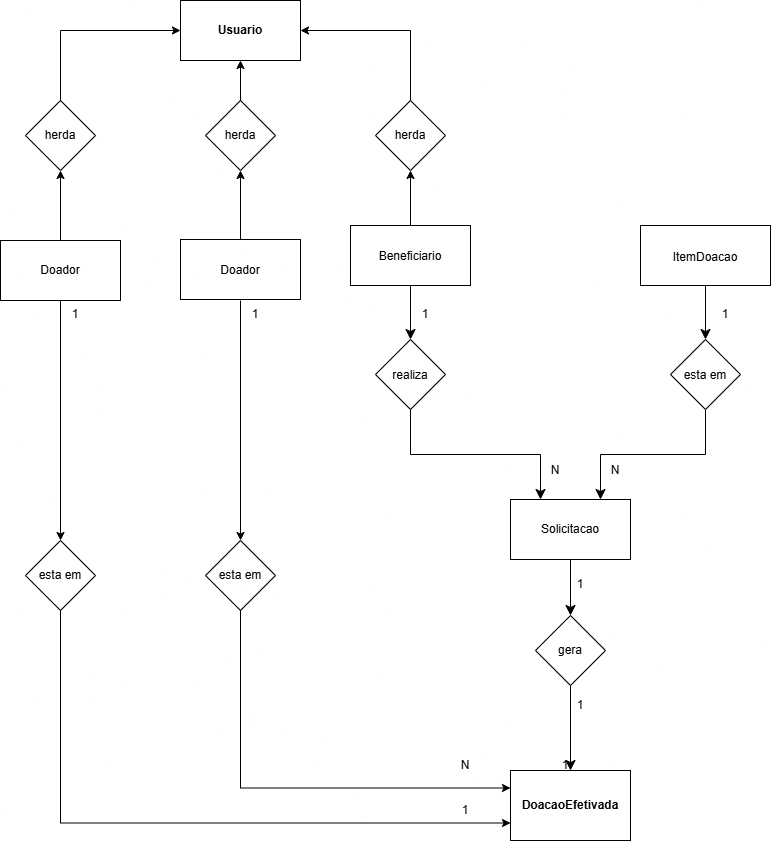
The draw.io diagram docs/modelagem_das_classes-Página-2.drawio.png in ViniciusAlmeidaAndrade/Rede-de-Doacao-e-Reaproveitamento, before a commit. Source tidied: cells renumbered, new cells last; positions are measured from the earlier drawing's top-left corner, leaving out a move shared by most shapes.
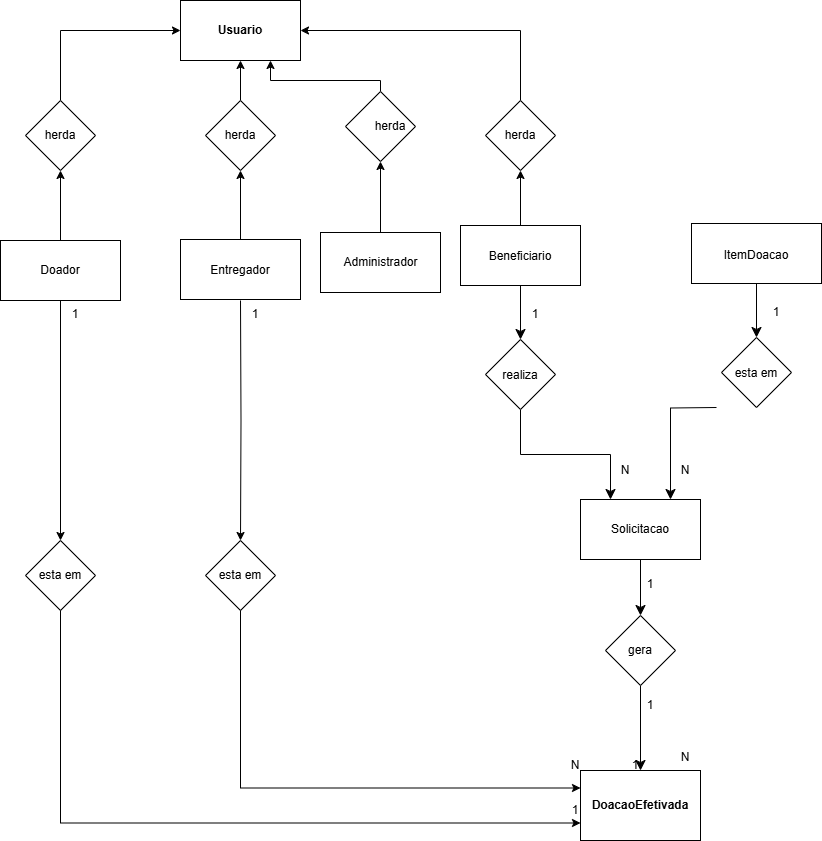
The same file after the commit.

Commit message:
docs: atualizar diagramas e modelagens

Diff of the diagram source:
```diff
@@ -9,13 +9,13 @@
       <mxGeometry relative="1" as="geometry" />
     </mxCell>
     <mxCell id="4" value="1" style="text;html=1;whiteSpace=wrap;strokeColor=none;fillColor=none;align=center;verticalAlign=middle;rounded=0;rotation=0;" parent="1" vertex="1">
-      <mxGeometry x="575" y="690" width="10" height="30" as="geometry" />
+      <mxGeometry x="645" y="690" width="10" height="30" as="geometry" />
     </mxCell>
     <mxCell id="5" value="1" style="text;html=1;whiteSpace=wrap;strokeColor=none;fillColor=none;align=center;verticalAlign=middle;rounded=0;" parent="1" vertex="1">
-      <mxGeometry x="575" y="569" width="10" height="30" as="geometry" />
+      <mxGeometry x="645" y="569" width="10" height="30" as="geometry" />
     </mxCell>
     <mxCell id="6" style="group;" parent="1" vertex="1">
-      <mxGeometry x="510" y="770" width="120" height="70" as="geometry" />
+      <mxGeometry x="580" y="770" width="120" height="70" as="geometry" />
     </mxCell>
     <mxCell id="7" style="rounded=0;whiteSpace=wrap;html=1;" parent="6" vertex="1">
       <mxGeometry width="120" height="70" as="geometry" />
@@ -24,7 +24,7 @@
       <mxGeometry x="30" y="17.5" width="60" height="35" as="geometry" />
     </mxCell>
     <mxCell id="9" style="group;" parent="1" vertex="1">
-      <mxGeometry x="510" y="499" width="120" height="60" as="geometry" />
+      <mxGeometry x="580" y="499" width="120" height="60" as="geometry" />
     </mxCell>
     <mxCell id="10" style="rounded=0;whiteSpace=wrap;html=1;" parent="9" vertex="1">
       <mxGeometry width="120" height="60" as="geometry" />
@@ -33,7 +33,7 @@
       <mxGeometry x="30" y="15" width="60" height="30" as="geometry" />
     </mxCell>
     <mxCell id="12" style="group;" parent="1" vertex="1">
-      <mxGeometry x="640" y="225" width="130" height="60" as="geometry" />
+      <mxGeometry x="691" y="223" width="130" height="60" as="geometry" />
     </mxCell>
     <mxCell id="13" style="rounded=0;whiteSpace=wrap;html=1;" parent="12" vertex="1">
       <mxGeometry width="130" height="60" as="geometry" />
@@ -51,7 +51,7 @@
       <mxGeometry x="30" y="15" width="60" height="30" as="geometry" />
     </mxCell>
     <mxCell id="18" style="group;" parent="1" vertex="1">
-      <mxGeometry x="350" y="225" width="120" height="60" as="geometry" />
+      <mxGeometry x="460" y="225" width="120" height="60" as="geometry" />
     </mxCell>
     <mxCell id="19" style="rounded=0;whiteSpace=wrap;html=1;" parent="18" vertex="1">
       <mxGeometry width="120" height="60" as="geometry" />
@@ -68,31 +68,33 @@
     <mxCell id="23" value="&lt;b&gt;Usuario&lt;/b&gt;" style="text;html=1;whiteSpace=wrap;strokeColor=none;fillColor=none;align=center;verticalAlign=middle;rounded=0;" parent="21" vertex="1">
       <mxGeometry x="30" y="15" width="60" height="30" as="geometry" />
     </mxCell>
-    <mxCell id="24" style="edgeStyle=orthogonalEdgeStyle;rounded=0;jettySize=auto;html=1;fontSize=12;startSize=8;endSize=8;exitX=0.5;exitY=1;exitDx=0;exitDy=0;entryX=0.75;entryY=0;entryDx=0;entryDy=0;" parent="1" edge="1" source="41" target="10">
-      <mxGeometry relative="1" as="geometry" />
+    <mxCell id="24" style="edgeStyle=orthogonalEdgeStyle;rounded=0;jettySize=auto;html=1;fontSize=12;startSize=8;endSize=8;exitX=0.5;exitY=1;exitDx=0;exitDy=0;entryX=0.75;entryY=0;entryDx=0;entryDy=0;" parent="1" edge="1" target="10">
+      <mxGeometry relative="1" as="geometry">
+        <mxPoint x="716" y="407" as="sourcePoint" />
+      </mxGeometry>
     </mxCell>
     <mxCell id="25" style="edgeStyle=orthogonalEdgeStyle;rounded=0;jettySize=auto;html=1;fontSize=12;startSize=8;endSize=8;exitX=0.5;exitY=1;exitDx=0;exitDy=0;entryX=0.25;entryY=0;entryDx=0;entryDy=0;" parent="1" edge="1" source="39" target="10">
       <mxGeometry relative="1" as="geometry" />
     </mxCell>
     <mxCell id="26" value="N" style="text;html=1;whiteSpace=wrap;strokeColor=none;fillColor=none;align=center;verticalAlign=middle;rounded=0;" parent="1" vertex="1">
-      <mxGeometry x="610" y="455" width="10" height="30" as="geometry" />
+      <mxGeometry x="680" y="455" width="10" height="30" as="geometry" />
     </mxCell>
     <mxCell id="27" value="N" style="text;html=1;whiteSpace=wrap;strokeColor=none;fillColor=none;align=center;verticalAlign=middle;rounded=0;" parent="1" vertex="1">
-      <mxGeometry x="550" y="455" width="10" height="30" as="geometry" />
+      <mxGeometry x="620" y="455" width="10" height="30" as="geometry" />
     </mxCell>
     <mxCell id="28" value="1" style="text;html=1;whiteSpace=wrap;strokeColor=none;fillColor=none;align=center;verticalAlign=middle;rounded=0;" parent="1" vertex="1">
-      <mxGeometry x="420" y="299" width="10" height="30" as="geometry" />
+      <mxGeometry x="530" y="299" width="10" height="30" as="geometry" />
     </mxCell>
     <mxCell id="29" value="1" style="text;html=1;whiteSpace=wrap;strokeColor=none;fillColor=none;align=center;verticalAlign=middle;rounded=0;" parent="1" vertex="1">
-      <mxGeometry x="720" y="299" width="10" height="30" as="geometry" />
+      <mxGeometry x="771" y="297" width="10" height="30" as="geometry" />
     </mxCell>
     <mxCell id="30" style="edgeStyle=none;curved=1;rounded=0;jettySize=auto;html=1;fontSize=12;startSize=8;endSize=8;entryX=0.5;entryY=0;entryDx=0;entryDy=0;exitX=0.5;exitY=1;exitDx=0;exitDy=0;" parent="1" edge="1" source="10" target="31">
       <mxGeometry relative="1" as="geometry" />
     </mxCell>
     <mxCell id="31" style="rhombus;whiteSpace=wrap;html=1;" parent="1" vertex="1">
-      <mxGeometry x="535" y="615" width="70" height="70" as="geometry" />
+      <mxGeometry x="605" y="615" width="70" height="70" as="geometry" />
     </mxCell>
-    <mxCell id="32" style="edgeStyle=orthogonalEdgeStyle;rounded=0;jettySize=auto;html=1;exitX=0.5;exitY=0;exitDx=0;exitDy=0;entryX=0;entryY=0.5;entryDx=0;entryDy=0;" parent="1" edge="1" source="35" target="22">
+    <mxCell id="32" style="edgeStyle=orthogonalEdgeStyle;rounded=0;jettySize=auto;html=1;exitX=0.5;exitY=0;exitDx=0;exitDy=0;entryX=0;entryY=0.5;entryDx=0;entryDy=0;labelBackgroundColor=none;" parent="1" edge="1" source="35" target="22">
       <mxGeometry relative="1" as="geometry" />
     </mxCell>
     <mxCell id="33" style="edgeStyle=orthogonalEdgeStyle;rounded=0;jettySize=auto;html=1;exitX=0.5;exitY=0;exitDx=0;exitDy=0;entryX=1;entryY=0.5;entryDx=0;entryDy=0;" parent="1" edge="1" source="37" target="22">
@@ -108,19 +110,19 @@
       <mxGeometry relative="1" as="geometry" />
     </mxCell>
     <mxCell id="37" style="rhombus;whiteSpace=wrap;html=1;" parent="1" vertex="1">
-      <mxGeometry x="375" y="100" width="70" height="70" as="geometry" />
+      <mxGeometry x="485" y="100" width="70" height="70" as="geometry" />
     </mxCell>
     <mxCell id="38" style="edgeStyle=orthogonalEdgeStyle;rounded=0;jettySize=auto;html=1;fontSize=12;startSize=8;endSize=8;exitX=0.5;exitY=1;exitDx=0;exitDy=0;entryX=0.5;entryY=0;entryDx=0;entryDy=0;" parent="1" edge="1" source="19" target="39">
       <mxGeometry relative="1" as="geometry" />
     </mxCell>
     <mxCell id="39" style="rhombus;whiteSpace=wrap;html=1;" parent="1" vertex="1">
-      <mxGeometry x="375" y="339" width="70" height="70" as="geometry" />
+      <mxGeometry x="485" y="339" width="70" height="70" as="geometry" />
     </mxCell>
     <mxCell id="40" style="edgeStyle=orthogonalEdgeStyle;rounded=0;jettySize=auto;html=1;fontSize=12;startSize=8;endSize=8;exitX=0.5;exitY=1;exitDx=0;exitDy=0;entryX=0.5;entryY=0;entryDx=0;entryDy=0;" parent="1" edge="1" source="13" target="41">
       <mxGeometry relative="1" as="geometry" />
     </mxCell>
     <mxCell id="41" style="rhombus;whiteSpace=wrap;html=1;" parent="1" vertex="1">
-      <mxGeometry x="670" y="339" width="70" height="70" as="geometry" />
+      <mxGeometry x="721" y="337" width="70" height="70" as="geometry" />
     </mxCell>
     <mxCell id="42" style="edgeStyle=orthogonalEdgeStyle;rounded=0;jettySize=auto;html=1;exitX=0.5;exitY=1;exitDx=0;exitDy=0;entryX=0.5;entryY=0;entryDx=0;entryDy=0;" parent="1" edge="1" source="16" target="44">
       <mxGeometry relative="1" as="geometry" />
@@ -141,24 +143,24 @@
       <mxGeometry x="70" y="299" width="10" height="30" as="geometry" />
     </mxCell>
     <mxCell id="48" value="1" style="text;html=1;whiteSpace=wrap;strokeColor=none;fillColor=none;align=center;verticalAlign=middle;rounded=0;" parent="1" vertex="1">
-      <mxGeometry x="460" y="800" width="10" height="20" as="geometry" />
+      <mxGeometry x="570" y="800" width="10" height="20" as="geometry" />
     </mxCell>
     <mxCell id="49" value="herda" style="text;html=1;whiteSpace=wrap;strokeColor=none;fillColor=none;align=center;verticalAlign=middle;rounded=0;" parent="1" vertex="1">
-      <mxGeometry x="380" y="120" width="60" height="30" as="geometry" />
+      <mxGeometry x="490" y="120" width="60" height="30" as="geometry" />
     </mxCell>
     <mxCell id="50" value="herda" style="text;html=1;whiteSpace=wrap;strokeColor=none;fillColor=none;align=center;verticalAlign=middle;rounded=0;" parent="1" vertex="1">
       <mxGeometry x="30" y="120" width="60" height="30" as="geometry" />
     </mxCell>
     <mxCell id="51" value="esta em" style="text;html=1;whiteSpace=wrap;strokeColor=none;fillColor=none;align=center;verticalAlign=middle;rounded=0;" parent="1" vertex="1">
-      <mxGeometry x="675" y="360" width="60" height="30" as="geometry" />
+      <mxGeometry x="726" y="358" width="60" height="30" as="geometry" />
     </mxCell>
     <mxCell id="52" value="realiza" style="text;html=1;whiteSpace=wrap;strokeColor=none;fillColor=none;align=center;verticalAlign=middle;rounded=0;" parent="1" vertex="1">
-      <mxGeometry x="380" y="360" width="60" height="30" as="geometry" />
+      <mxGeometry x="490" y="360" width="60" height="30" as="geometry" />
     </mxCell>
     <mxCell id="53" value="gera" style="text;html=1;whiteSpace=wrap;strokeColor=none;fillColor=none;align=center;verticalAlign=middle;rounded=0;" parent="1" vertex="1">
-      <mxGeometry x="540" y="635" width="60" height="30" as="geometry" />
+      <mxGeometry x="610" y="635" width="60" height="30" as="geometry" />
     </mxCell>
-    <mxCell id="54" value="Doador" style="text;html=1;whiteSpace=wrap;strokeColor=none;fillColor=none;align=center;verticalAlign=middle;rounded=0;" parent="1" vertex="1">
+    <mxCell id="54" value="Entregador" style="text;html=1;whiteSpace=wrap;strokeColor=none;fillColor=none;align=center;verticalAlign=middle;rounded=0;" parent="1" vertex="1">
       <mxGeometry x="210" y="255" width="60" height="30" as="geometry" />
     </mxCell>
     <mxCell id="55" style="edgeStyle=orthogonalEdgeStyle;rounded=0;jettySize=auto;html=1;exitX=0.5;exitY=0;exitDx=0;exitDy=0;entryX=0.5;entryY=1;entryDx=0;entryDy=0;" parent="1" edge="1" source="2" target="57">
@@ -191,13 +193,39 @@
       <mxGeometry x="250" y="299" width="10" height="30" as="geometry" />
     </mxCell>
     <mxCell id="64" value="1" style="text;html=1;whiteSpace=wrap;strokeColor=none;fillColor=none;align=center;verticalAlign=middle;rounded=0;" parent="1" vertex="1">
-      <mxGeometry x="560" y="750" width="10" height="30" as="geometry" />
+      <mxGeometry x="630" y="750" width="10" height="30" as="geometry" />
     </mxCell>
     <mxCell id="65" value="herda" style="text;html=1;whiteSpace=wrap;strokeColor=none;fillColor=none;align=center;verticalAlign=middle;rounded=0;" parent="1" vertex="1">
       <mxGeometry x="210" y="120" width="60" height="30" as="geometry" />
     </mxCell>
     <mxCell id="66" value="N" style="text;html=1;whiteSpace=wrap;strokeColor=none;fillColor=none;align=center;verticalAlign=middle;rounded=0;" parent="1" vertex="1">
-      <mxGeometry x="460" y="750" width="10" height="30" as="geometry" />
+      <mxGeometry x="570" y="750" width="10" height="30" as="geometry" />
     </mxCell>
+    <mxCell id="67" style="rounded=0;whiteSpace=wrap;html=1;" parent="1" vertex="1">
+      <mxGeometry x="320" y="232" width="120" height="60" as="geometry" />
+    </mxCell>
+    <mxCell id="68" value="Administrador" style="text;html=1;whiteSpace=wrap;strokeColor=none;fillColor=none;align=center;verticalAlign=middle;rounded=0;" parent="1" vertex="1">
+      <mxGeometry x="337.5" y="247" width="85" height="30" as="geometry" />
+    </mxCell>
+    <mxCell id="69" style="edgeStyle=orthogonalEdgeStyle;rounded=0;jettySize=auto;html=1;exitX=0.5;exitY=0;exitDx=0;exitDy=0;entryX=0.5;entryY=1;entryDx=0;entryDy=0;" parent="1" edge="1" source="67" target="71">
+      <mxGeometry relative="1" as="geometry" />
+    </mxCell>
+    <mxCell id="70" style="edgeStyle=orthogonalEdgeStyle;rounded=0;jettySize=auto;html=1;exitX=0.5;exitY=0;exitDx=0;exitDy=0;entryX=0.75;entryY=1;entryDx=0;entryDy=0;" parent="1" edge="1" source="71" target="22">
+      <mxGeometry relative="1" as="geometry">
+        <Array as="points">
+          <mxPoint x="380" y="80" />
+          <mxPoint x="270" y="80" />
+        </Array>
+      </mxGeometry>
+    </mxCell>
+    <mxCell id="71" style="rhombus;whiteSpace=wrap;html=1;" parent="1" vertex="1">
+      <mxGeometry x="345" y="91" width="70" height="70" as="geometry" />
+    </mxCell>
+    <mxCell id="72" value="herda" style="text;html=1;whiteSpace=wrap;strokeColor=none;fillColor=none;align=center;verticalAlign=middle;rounded=0;" parent="1" vertex="1">
+      <mxGeometry x="360" y="110" width="60" height="32" as="geometry" />
+    </mxCell>
+    <mxCell id="73" value="N" style="text;html=1;whiteSpace=wrap;strokeColor=none;fillColor=none;align=center;verticalAlign=middle;rounded=0;" parent="1" vertex="1">
+      <mxGeometry x="680" y="742" width="10" height="30" as="geometry" />
+    </mxCell>
   </root>
 </mxGraphModel>
```
